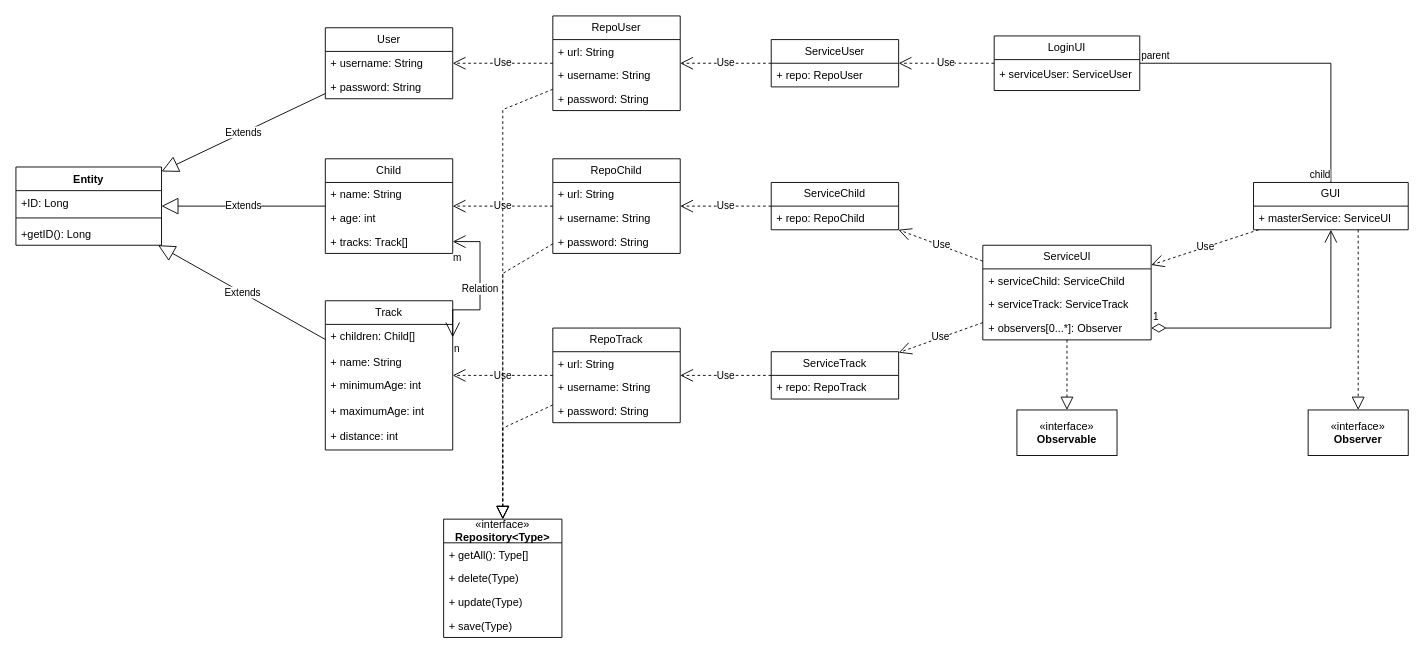
The draw.io diagram Medii de Proiectare si Programare/Untitled Diagram.drawio in Kaensy/Uni-Year-2-Sem-2, before the edit. Source tidied: cells renumbered, new cells numbered last; positions are measured from the earlier drawing's top-left corner, leaving out a move shared by most shapes. Both pictures are drawn from the tidied source at 91%, with x=0, y=0 at pixel (15, 15).
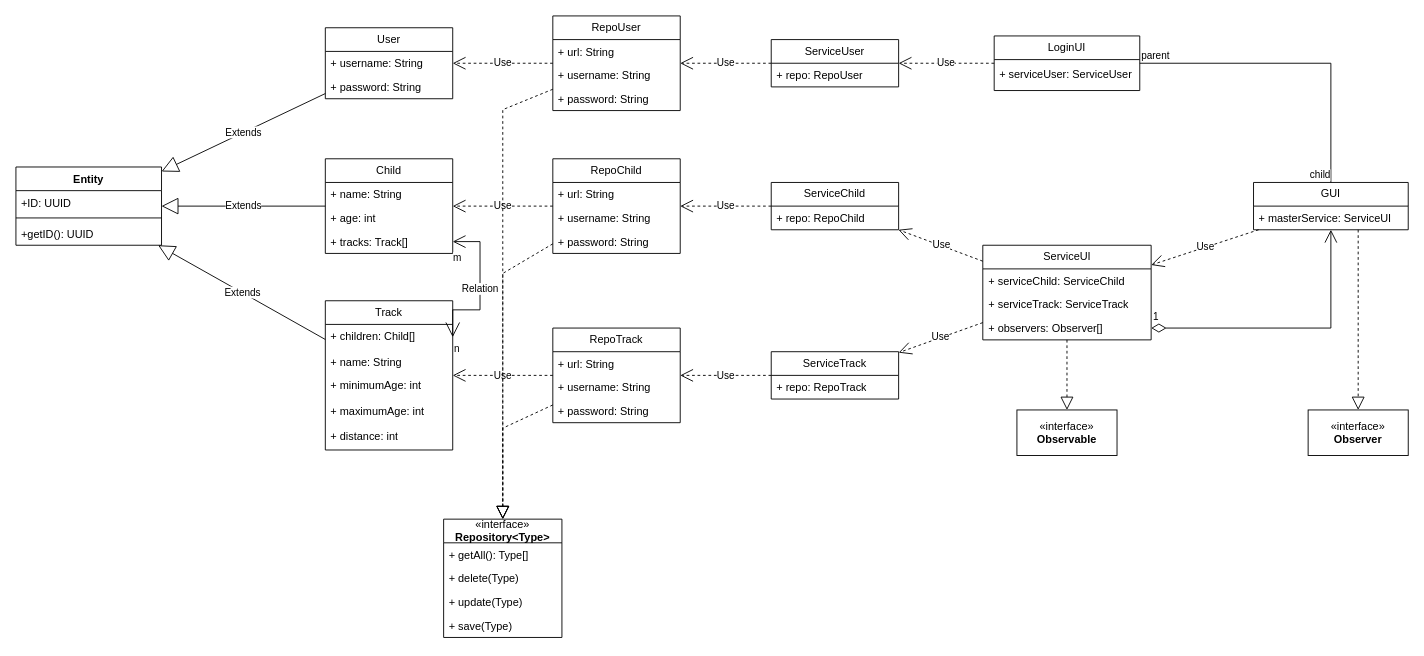
The same diagram, later.

Unchanged cells that the change refers to:
```xml
<mxCell id="2" value="Entity" style="swimlane;fontStyle=1;align=center;verticalAlign=top;horizontal=1;startSize=26;whiteSpace=wrap;html=1;" parent="1" vertex="1">
  <mxGeometry y="166" width="160" height="86" as="geometry" />
</mxCell>
<mxCell id="52" value="ServiceUI" style="swimlane;fontStyle=0;horizontal=1;startSize=26;fillColor=none;whiteSpace=wrap;html=1;" parent="1" vertex="1">
  <mxGeometry x="1062.5" y="252" width="185" height="104" as="geometry" />
</mxCell>
```

What changed in the source:
```diff
@@
-    <mxCell id="3" value="+ID: Long&lt;div&gt;&lt;br&gt;&lt;/div&gt;" style="text;strokeColor=none;fillColor=none;align=left;verticalAlign=top;spacingLeft=4;spacingRight=4;overflow=hidden;whiteSpace=wrap;html=1;" parent="2" vertex="1">
+    <mxCell id="3" value="+ID: UUID" style="text;strokeColor=none;fillColor=none;align=left;verticalAlign=top;spacingLeft=4;spacingRight=4;overflow=hidden;whiteSpace=wrap;html=1;" parent="2" vertex="1">
       <mxGeometry y="26" width="160" height="26" as="geometry" />
     </mxCell>
@@
-    <mxCell id="5" value="+getID(): Long" style="text;strokeColor=none;fillColor=none;align=left;verticalAlign=top;spacingLeft=4;spacingRight=4;overflow=hidden;whiteSpace=wrap;html=1;" parent="2" vertex="1">
+    <mxCell id="5" value="+getID(): UUID" style="text;strokeColor=none;fillColor=none;align=left;verticalAlign=top;spacingLeft=4;spacingRight=4;overflow=hidden;whiteSpace=wrap;html=1;" parent="2" vertex="1">
       <mxGeometry y="60" width="160" height="26" as="geometry" />
     </mxCell>
@@
-    <mxCell id="55" value="+ observers[0...*]: Observer" style="text;strokeColor=none;fillColor=none;align=left;verticalAlign=top;spacingLeft=4;spacingRight=4;overflow=hidden;points=[[0,0.5],[1,0.5]];portConstraint=eastwest;whiteSpace=wrap;html=1;" parent="52" vertex="1">
+    <mxCell id="55" value="+ observers: Observer[]" style="text;strokeColor=none;fillColor=none;align=left;verticalAlign=top;spacingLeft=4;spacingRight=4;overflow=hidden;points=[[0,0.5],[1,0.5]];portConstraint=eastwest;whiteSpace=wrap;html=1;" parent="52" vertex="1">
       <mxGeometry y="78" width="185" height="26" as="geometry" />
     </mxCell>
```
